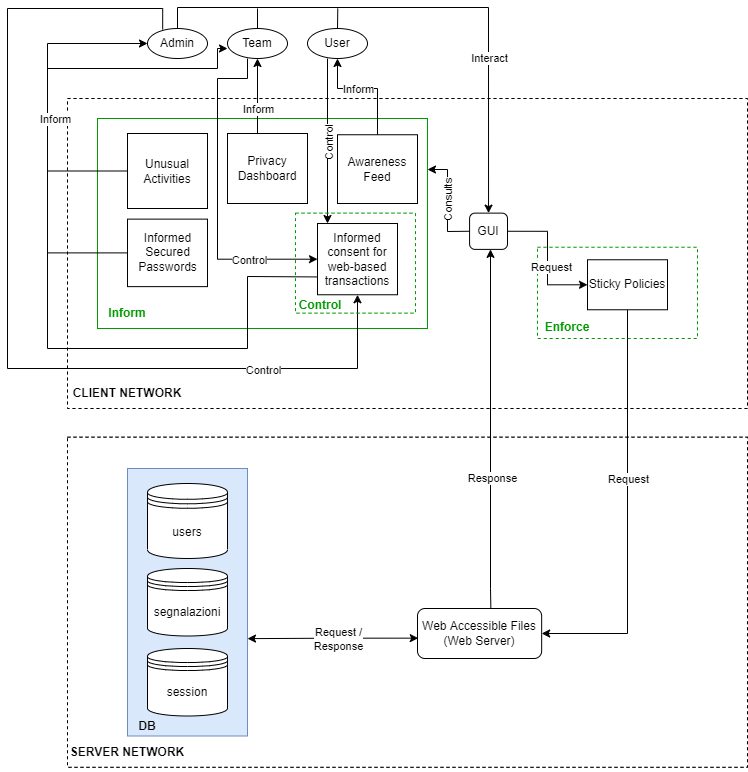
Earlier version of the draw.io export Process_Oriented_Strategies_class_diagram.drawio.png (claudialorusso/CivicSense). Source tidied: cells renumbered, new cells last; positions are measured from the earlier drawing's top-left corner, leaving out a move shared by most shapes.
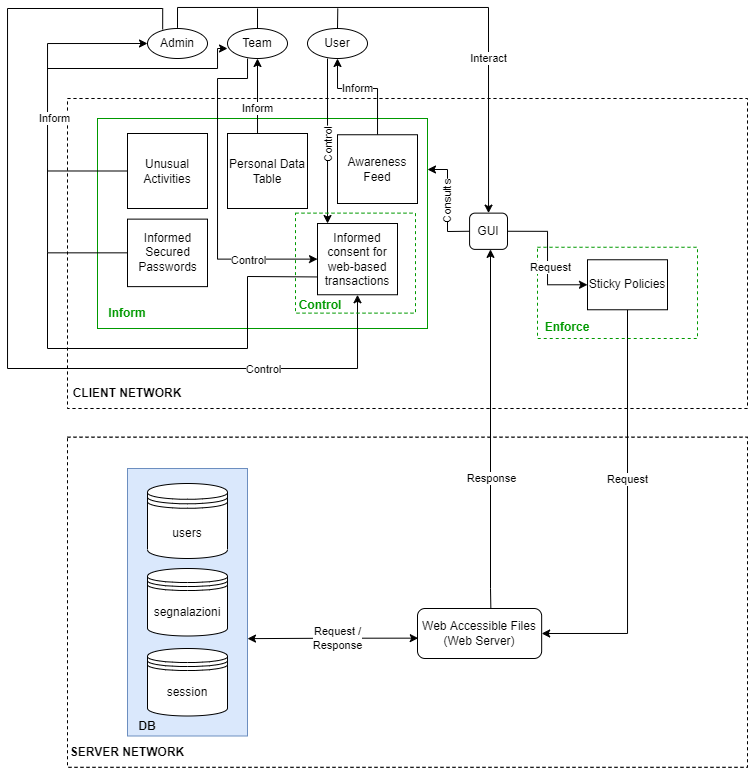
After the change.

Diff of the diagram source:
```diff
@@ -295,8 +295,8 @@
     <mxCell id="70" value="Web Accessible Files&lt;br&gt;(Web Server)" style="rounded=1;whiteSpace=wrap;html=1;" parent="1" vertex="1">
       <mxGeometry x="410" y="601" width="124.2" height="50" as="geometry" />
     </mxCell>
-    <mxCell id="71" value="Privacy Dashboard" style="rounded=0;whiteSpace=wrap;html=1;" parent="1" vertex="1">
-      <mxGeometry x="220" y="126" width="80" height="70" as="geometry" />
+    <mxCell id="71" value="Personal Data Table" style="rounded=0;whiteSpace=wrap;html=1;" parent="1" vertex="1">
+      <mxGeometry x="220" y="126" width="80" height="75" as="geometry" />
     </mxCell>
     <mxCell id="72" style="edgeStyle=orthogonalEdgeStyle;rounded=0;jettySize=auto;html=1;startArrow=none;startFill=0;endArrow=classic;endFill=1;exitX=0;exitY=0.5;exitDx=0;exitDy=0;entryX=0;entryY=0.5;entryDx=0;entryDy=0;" parent="1" edge="1" source="74" target="57">
       <mxGeometry relative="1" as="geometry">
```
